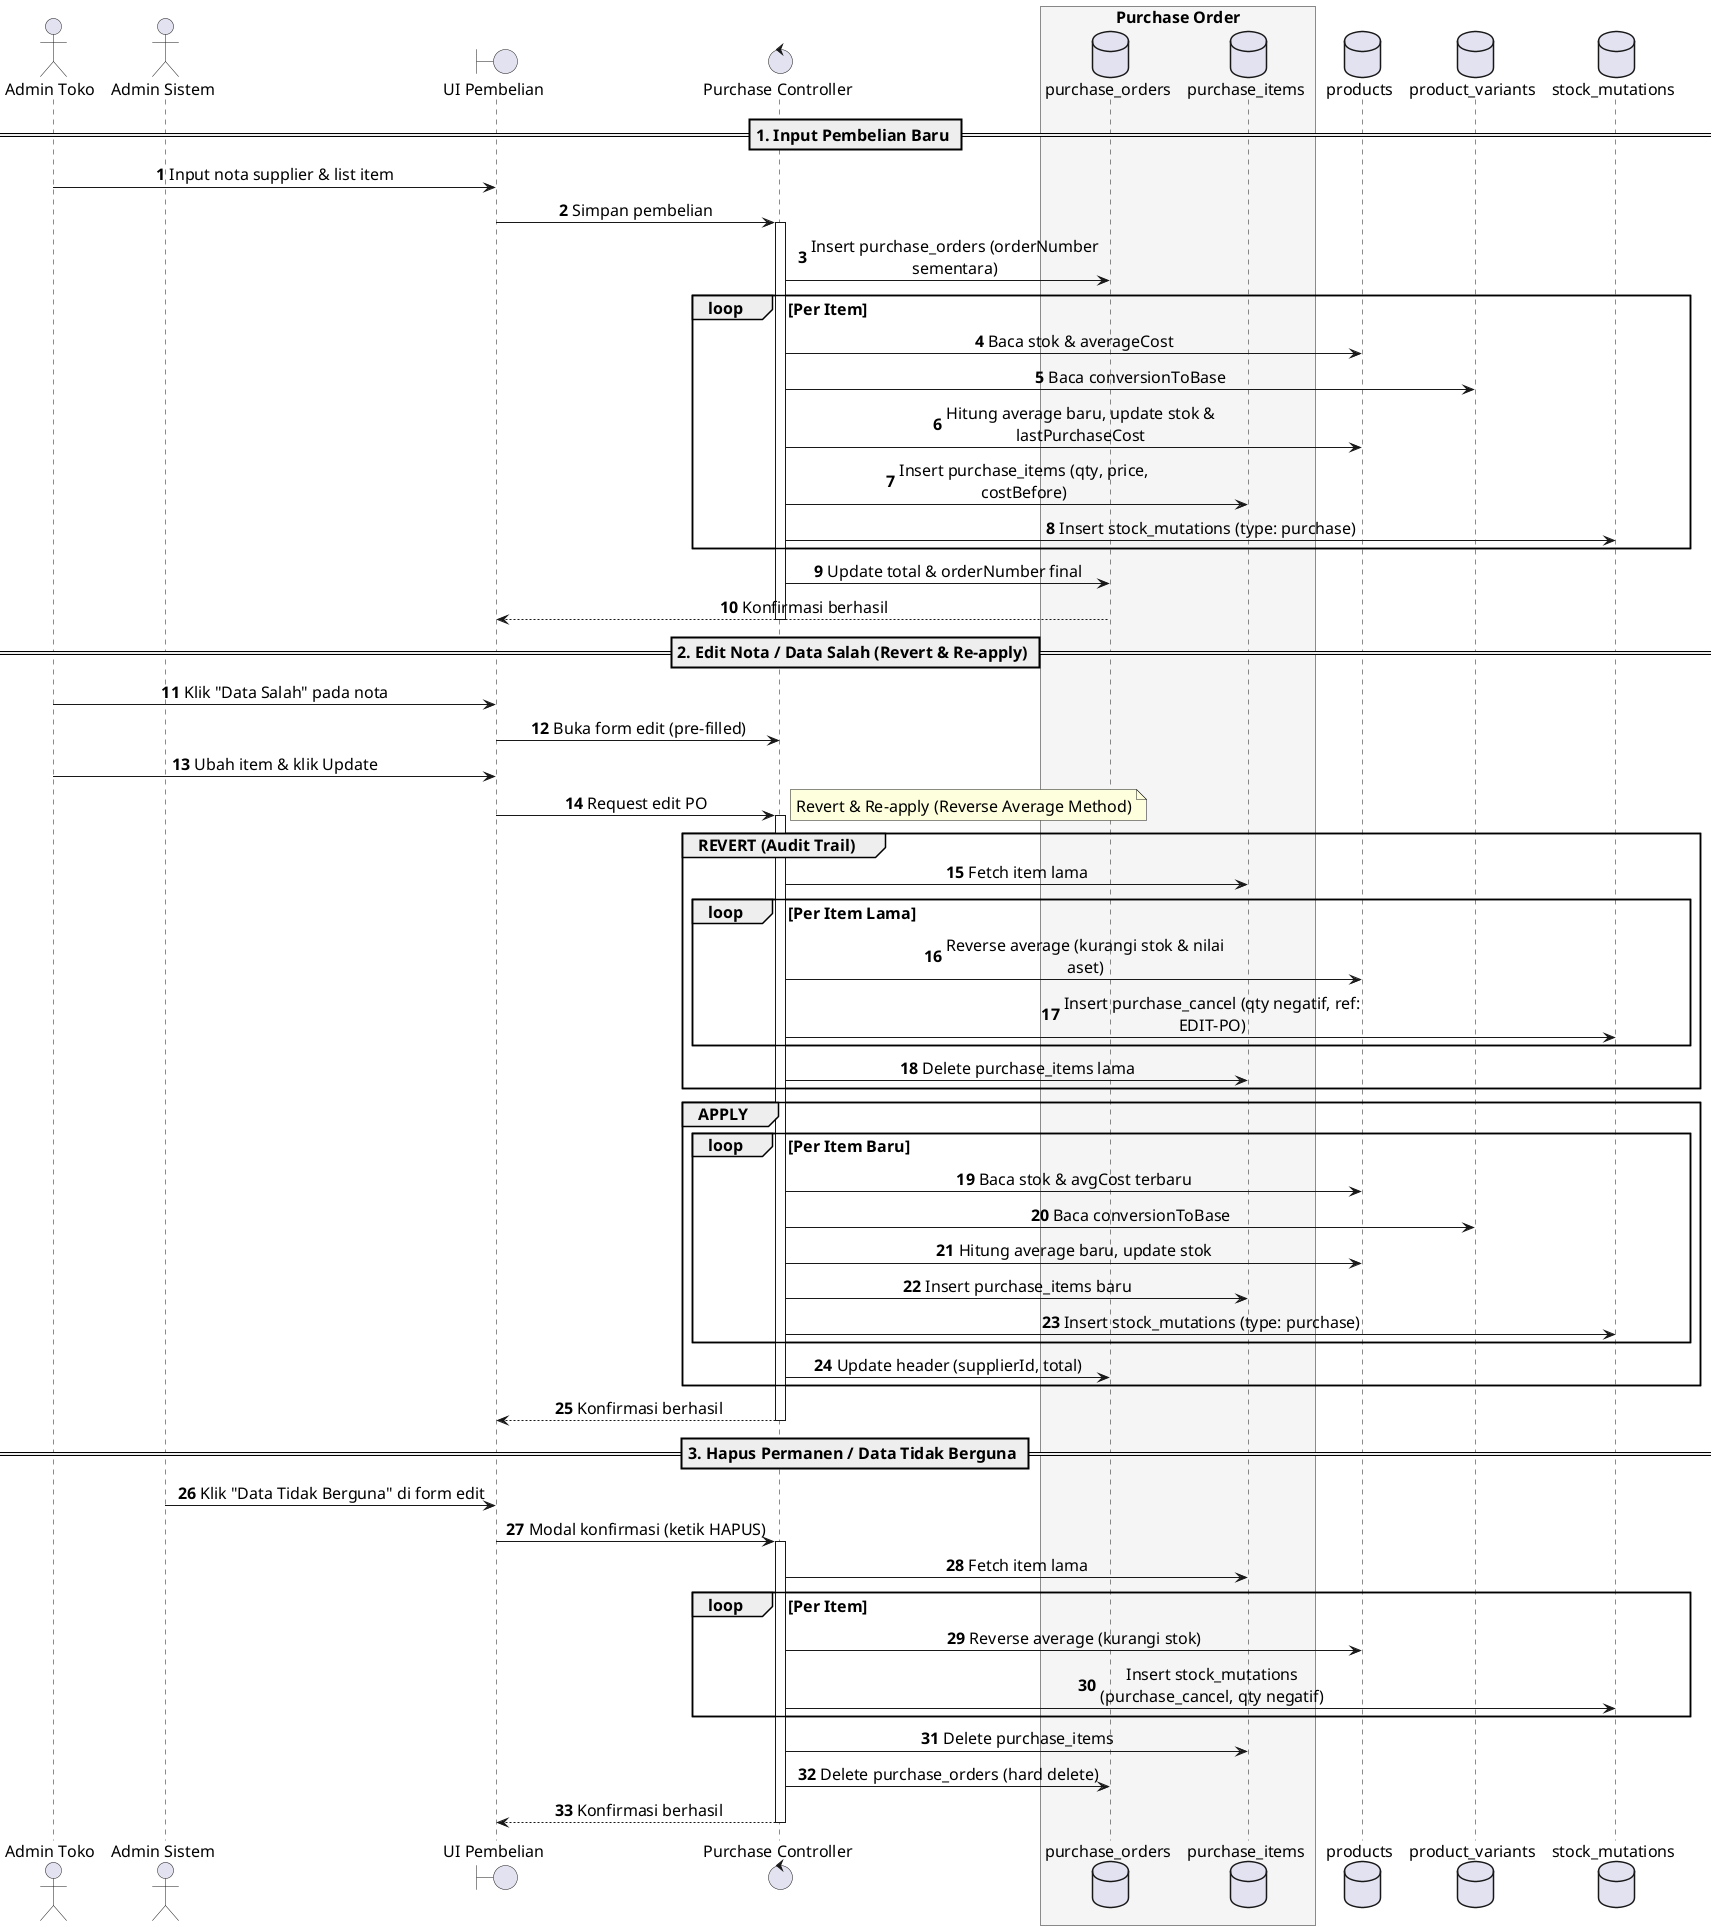
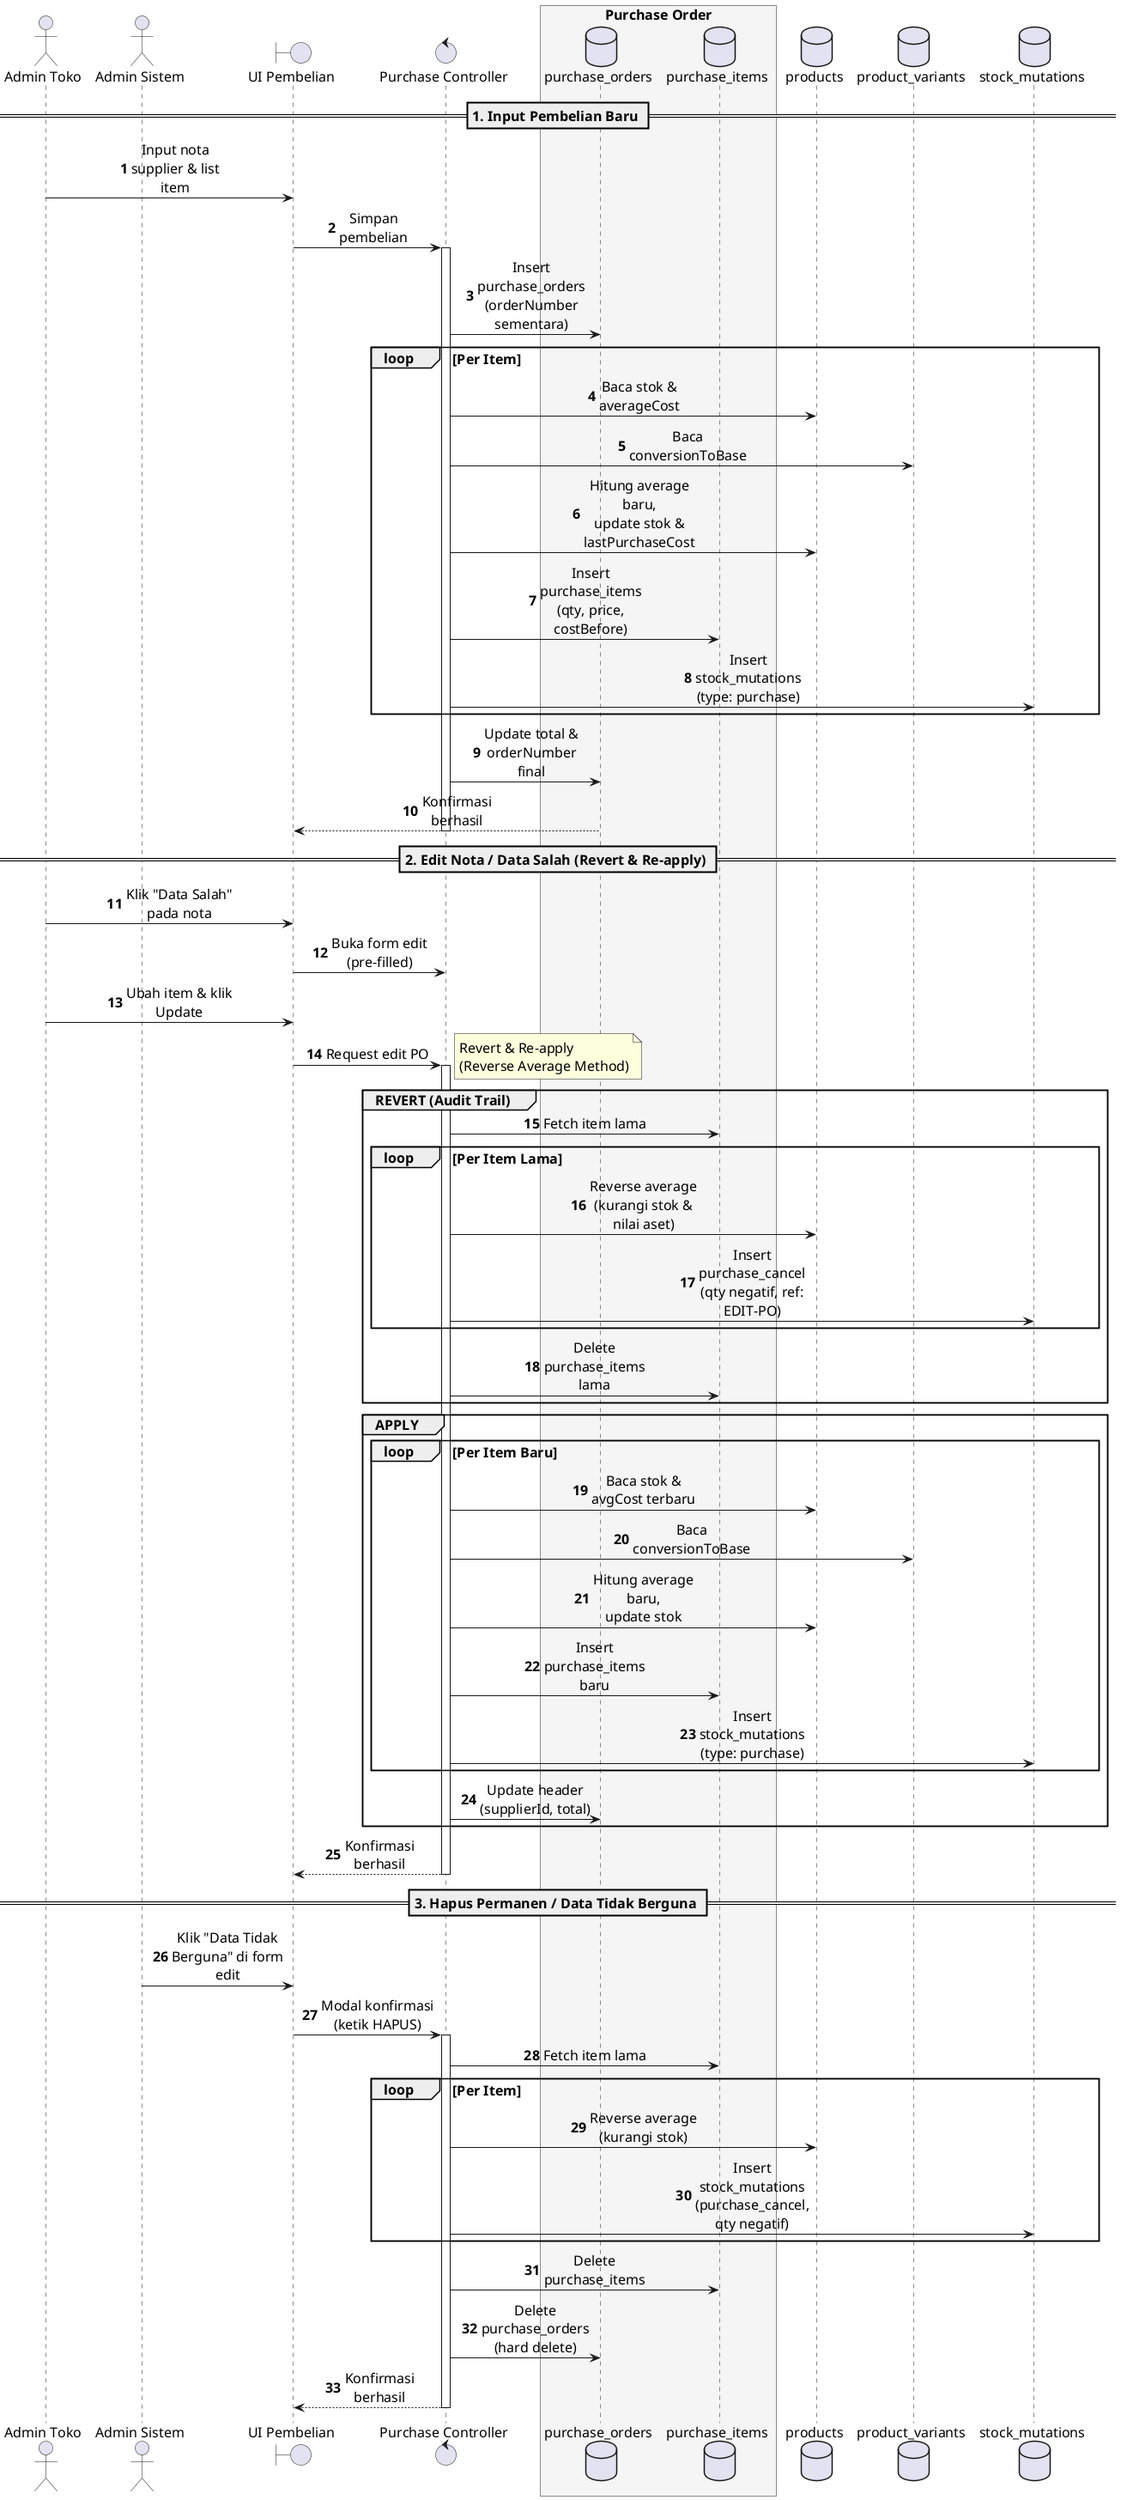
@startuml Purchase_Management_Sequence
autonumber

skinparam BoxPadding 5
skinparam ParticipantPadding 8
skinparam defaultFontSize 16
- skinparam maxMessageSize 300
+ skinparam maxMessageSize 140
skinparam sequenceMessageAlign center

actor "Admin Toko" as Viewer
actor "Admin Sistem" as Admin
boundary "UI Pembelian" as UI
control "Purchase Controller" as Ctrl
box "Purchase Order" #F5F5F5
    database "purchase_orders" as po
    database "purchase_items" as pi
end box
database "products" as p
database "product_variants" as v
database "stock_mutations" as sm

== 1. Input Pembelian Baru ==
Viewer -> UI : Input nota supplier & list item
UI -> Ctrl : Simpan pembelian
activate Ctrl
- Ctrl -> po : Insert purchase_orders (orderNumber sementara)
+ Ctrl -> po : Insert purchase_orders\n(orderNumber sementara)
loop Per Item
    Ctrl -> p : Baca stok & averageCost
    Ctrl -> v : Baca conversionToBase
-     Ctrl -> p : Hitung average baru, update stok & lastPurchaseCost
-     Ctrl -> pi : Insert purchase_items (qty, price, costBefore)
-     Ctrl -> sm : Insert stock_mutations (type: purchase)
+     Ctrl -> p : Hitung average baru,\nupdate stok & lastPurchaseCost
+     Ctrl -> pi : Insert purchase_items\n(qty, price, costBefore)
+     Ctrl -> sm : Insert stock_mutations\n(type: purchase)
end
- Ctrl -> po : Update total & orderNumber final
+ Ctrl -> po : Update total &\norderNumber final
po --> UI : Konfirmasi berhasil
deactivate Ctrl

== 2. Edit Nota / Data Salah (Revert & Re-apply) ==
Viewer -> UI : Klik "Data Salah" pada nota
UI -> Ctrl : Buka form edit (pre-filled)
Viewer -> UI : Ubah item & klik Update
UI -> Ctrl : Request edit PO
activate Ctrl
- note right: Revert & Re-apply (Reverse Average Method)
+ note right: Revert & Re-apply\n(Reverse Average Method)

group REVERT (Audit Trail)
    Ctrl -> pi : Fetch item lama
    loop Per Item Lama
-         Ctrl -> p : Reverse average (kurangi stok & nilai aset)
-         Ctrl -> sm : Insert purchase_cancel (qty negatif, ref: EDIT-PO)
+         Ctrl -> p : Reverse average\n(kurangi stok & nilai aset)
+         Ctrl -> sm : Insert purchase_cancel\n(qty negatif, ref: EDIT-PO)
    end
    Ctrl -> pi : Delete purchase_items lama
end

group APPLY
    loop Per Item Baru
-         Ctrl -> p : Baca stok & avgCost terbaru
+         Ctrl -> p : Baca stok &\navgCost terbaru
        Ctrl -> v : Baca conversionToBase
-         Ctrl -> p : Hitung average baru, update stok
+         Ctrl -> p : Hitung average baru,\nupdate stok
        Ctrl -> pi : Insert purchase_items baru
-         Ctrl -> sm : Insert stock_mutations (type: purchase)
+         Ctrl -> sm : Insert stock_mutations\n(type: purchase)
    end
-     Ctrl -> po : Update header (supplierId, total)
+     Ctrl -> po : Update header\n(supplierId, total)
end
Ctrl --> UI : Konfirmasi berhasil
deactivate Ctrl

== 3. Hapus Permanen / Data Tidak Berguna ==
Admin -> UI : Klik "Data Tidak Berguna" di form edit
UI -> Ctrl : Modal konfirmasi (ketik HAPUS)
activate Ctrl
Ctrl -> pi : Fetch item lama
loop Per Item
-     Ctrl -> p : Reverse average (kurangi stok)
-     Ctrl -> sm : Insert stock_mutations (purchase_cancel, qty negatif)
+     Ctrl -> p : Reverse average\n(kurangi stok)
+     Ctrl -> sm : Insert stock_mutations\n(purchase_cancel, qty negatif)
end
Ctrl -> pi : Delete purchase_items
- Ctrl -> po : Delete purchase_orders (hard delete)
+ Ctrl -> po : Delete purchase_orders\n(hard delete)
Ctrl --> UI : Konfirmasi berhasil
deactivate Ctrl

@enduml
